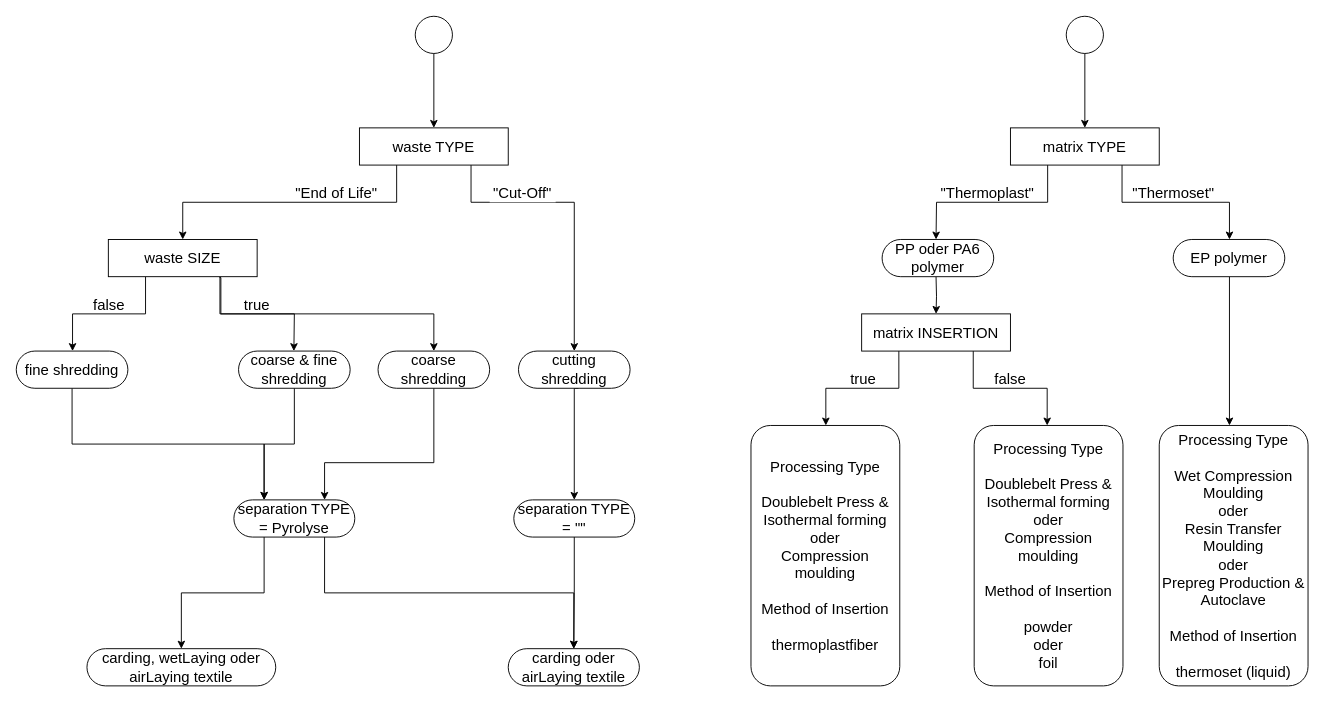
Before: diagrams/oekocap_webapp_abhaengigkeiten_diagramm.drawio in ITA-Augsburg/OEkoCap, a draw.io diagram. Source tidied: cells renumbered, new cells numbered last; positions are measured from the earlier drawing's top-left corner, leaving out a move shared by most shapes. Both pictures are drawn from the tidied source at 93%, with x=0, y=0 at pixel (16, 16).
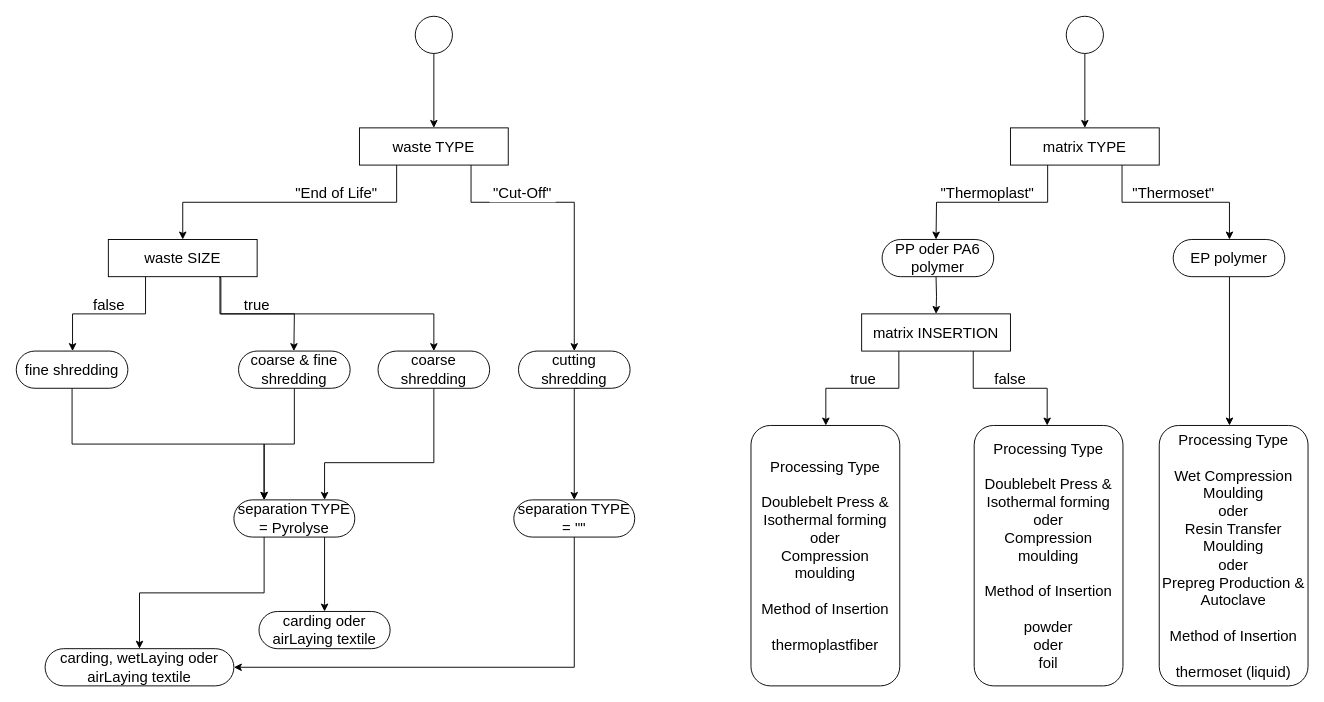
The same diagram, later.

Commit message (it also covers changes not shown here):
added wet-laying option to textile-type dropdown (recycling.exe v5_1 allows this value); updated the corresponding diagram.

Unchanged cells that the change refers to:
```xml
<mxCell id="45" value="&lt;font style=&quot;font-size: 16px&quot;&gt;separation TYPE&lt;br&gt;= &quot;&quot;&lt;br&gt;&lt;/font&gt;" style="rounded=1;whiteSpace=wrap;html=1;arcSize=50;" parent="1" vertex="1">
  <mxGeometry x="535" y="520" width="130" height="40" as="geometry" />
</mxCell>
<mxCell id="48" value="&lt;font style=&quot;font-size: 16px&quot;&gt;separation TYPE&lt;br&gt;= Pyrolyse&lt;br&gt;&lt;/font&gt;" style="rounded=1;whiteSpace=wrap;html=1;arcSize=50;" parent="1" vertex="1">
  <mxGeometry x="234" y="520" width="130" height="40" as="geometry" />
</mxCell>
```

Change to the diagram source:
```diff
@@
     <mxCell id="21" value="&lt;font style=&quot;font-size: 16px&quot;&gt;carding, wetLaying oder airLaying textile&lt;/font&gt;" style="rounded=1;whiteSpace=wrap;html=1;arcSize=50;" parent="1" vertex="1">
-      <mxGeometry x="76" y="680" width="203" height="40" as="geometry" />
+      <mxGeometry x="31" y="680" width="203" height="40" as="geometry" />
     </mxCell>
     <mxCell id="22" value="&lt;font style=&quot;font-size: 16px&quot;&gt;carding oder airLaying textile&lt;/font&gt;" style="rounded=1;whiteSpace=wrap;html=1;arcSize=50;fillColor=#FFFFFF;" parent="1" vertex="1">
-      <mxGeometry x="529" y="680" width="141" height="40" as="geometry" />
+      <mxGeometry x="261" y="640" width="141" height="40" as="geometry" />
     </mxCell>
@@
-    <mxCell id="44" style="edgeStyle=orthogonalEdgeStyle;rounded=0;jettySize=auto;html=1;entryX=0.5;entryY=0;entryDx=0;entryDy=0;" parent="1" edge="1" source="45" target="22">
-      <mxGeometry relative="1" as="geometry" />
-    </mxCell>
+    <mxCell id="49" style="edgeStyle=orthogonalEdgeStyle;rounded=0;jettySize=auto;html=1;entryX=1;entryY=0.5;entryDx=0;entryDy=0;" parent="1" edge="1" source="45" target="21">
+      <mxGeometry relative="1" as="geometry">
+        <Array as="points">
+          <mxPoint x="600" y="700" />
+        </Array>
+      </mxGeometry>
+    </mxCell>
@@
-    <mxCell id="46" style="edgeStyle=orthogonalEdgeStyle;rounded=0;jettySize=auto;html=1;entryX=0.5;entryY=0;entryDx=0;entryDy=0;exitX=0.75;exitY=1;exitDx=0;exitDy=0;" parent="1" edge="1" source="48" target="22">
-      <mxGeometry relative="1" as="geometry">
-        <Array as="points">
-          <mxPoint x="332" y="620" />
-          <mxPoint x="600" y="620" />
-        </Array>
-      </mxGeometry>
-    </mxCell>
@@
+    <mxCell id="46" style="edgeStyle=orthogonalEdgeStyle;rounded=0;jettySize=auto;html=1;fillColor=#d5e8d4;strokeWidth=1;exitX=0.75;exitY=1;exitDx=0;exitDy=0;entryX=0.5;entryY=0;entryDx=0;entryDy=0;" parent="1" edge="1" source="48" target="22">
+      <mxGeometry relative="1" as="geometry" />
+    </mxCell>
```
